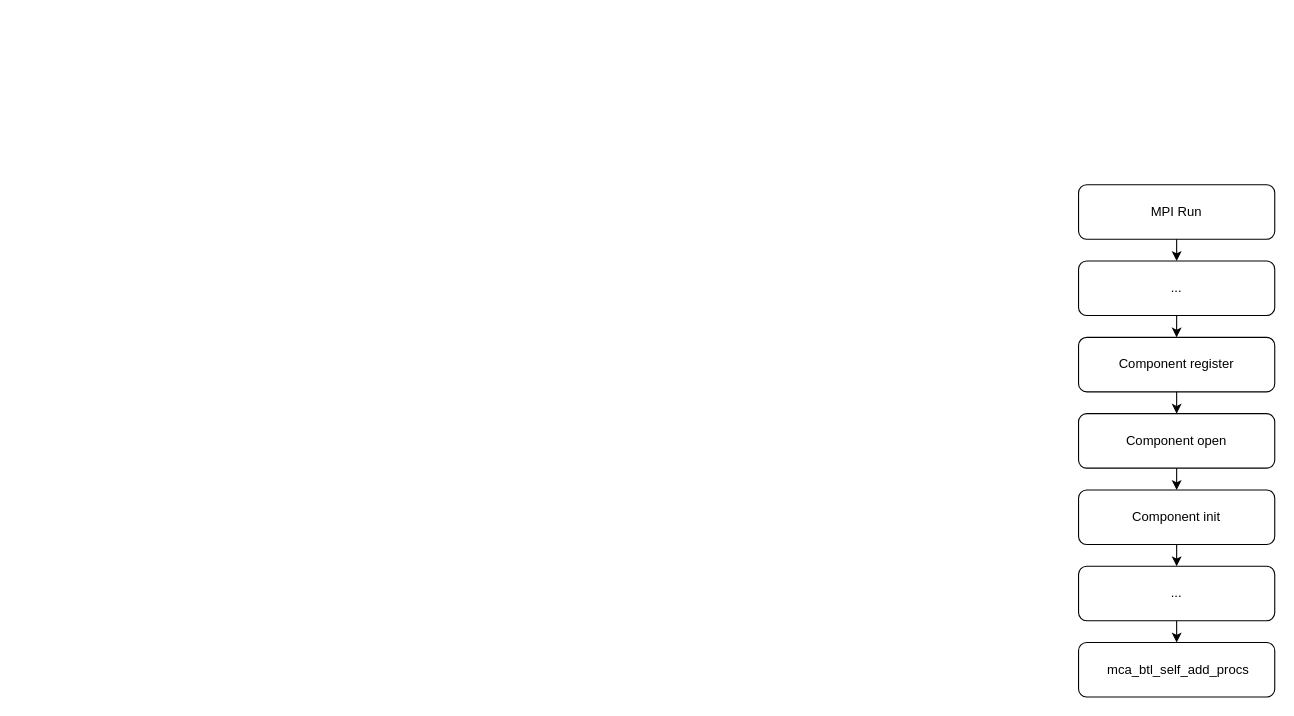
This is ompi/sm-component-flow.drawio from Troyself/img-design-draw-io, a draw.io file, before an edit. Source tidied: cells renumbered, new cells numbered last; positions are measured from the earlier drawing's top-left corner, leaving out a move shared by most shapes. Both pictures are drawn from the tidied source at 109%, with x=0, y=0 at pixel (1078, 184).
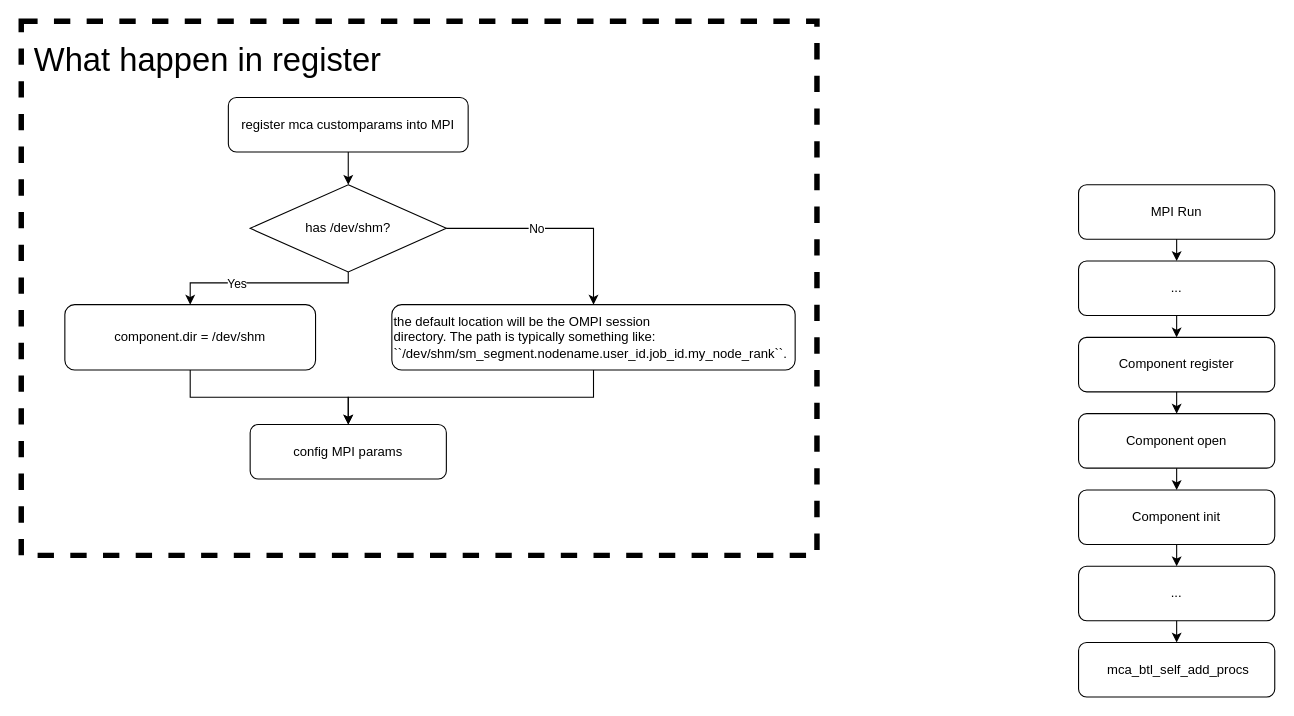
The same diagram, later.

Commit message:
add subthread: what happen in register

Diff of the diagram source:
```diff
@@
+    <mxCell id="15" style="rounded=0;whiteSpace=wrap;html=1;fillColor=none;dashed=1;strokeWidth=5;" parent="1" vertex="1">
+      <mxGeometry x="-970" y="-150" width="730" height="490" as="geometry" />
+    </mxCell>
@@
+    <mxCell id="16" style="edgeStyle=orthogonalEdgeStyle;rounded=0;jettySize=auto;html=1;exitX=0.5;exitY=1;exitDx=0;exitDy=0;entryX=0.5;entryY=0;entryDx=0;entryDy=0;" parent="1" edge="1" source="17" target="22">
+      <mxGeometry relative="1" as="geometry" />
+    </mxCell>
+    <mxCell id="17" value="register mca customparams into MPI" style="rounded=1;whiteSpace=wrap;html=1;fillColor=none;" parent="1" vertex="1">
+      <mxGeometry x="-780" y="-80" width="220" height="50" as="geometry" />
+    </mxCell>
+    <mxCell id="18" style="edgeStyle=orthogonalEdgeStyle;rounded=0;jettySize=auto;html=1;exitX=0.5;exitY=1;exitDx=0;exitDy=0;" parent="1" edge="1" source="22" target="24">
+      <mxGeometry relative="1" as="geometry">
+        <Array as="points">
+          <mxPoint x="-670" y="90" />
+          <mxPoint x="-815" y="90" />
+        </Array>
+      </mxGeometry>
+    </mxCell>
+    <mxCell id="19" value="Yes" style="edgeLabel;html=1;align=center;verticalAlign=middle;" parent="18" vertex="1">
+      <mxGeometry x="0.29" relative="1" as="geometry" />
+    </mxCell>
+    <mxCell id="20" style="edgeStyle=orthogonalEdgeStyle;rounded=0;jettySize=auto;html=1;exitX=1;exitY=0.5;exitDx=0;exitDy=0;entryX=0.5;entryY=0;entryDx=0;entryDy=0;" parent="1" edge="1" source="22" target="26">
+      <mxGeometry relative="1" as="geometry" />
+    </mxCell>
+    <mxCell id="21" value="No" style="edgeLabel;html=1;align=center;verticalAlign=middle;" parent="20" vertex="1">
+      <mxGeometry x="-0.2" relative="1" as="geometry" />
+    </mxCell>
+    <mxCell id="22" value="has /dev/shm?" style="rhombus;whiteSpace=wrap;html=1;" parent="1" vertex="1">
+      <mxGeometry x="-760" width="180" height="80" as="geometry" />
+    </mxCell>
+    <mxCell id="23" style="edgeStyle=orthogonalEdgeStyle;rounded=0;jettySize=auto;html=1;exitX=0.5;exitY=1;exitDx=0;exitDy=0;entryX=0.5;entryY=0;entryDx=0;entryDy=0;" parent="1" edge="1" source="24" target="27">
+      <mxGeometry relative="1" as="geometry" />
+    </mxCell>
+    <mxCell id="24" value="component.dir = /dev/shm" style="rounded=1;whiteSpace=wrap;html=1;fillColor=none;" parent="1" vertex="1">
+      <mxGeometry x="-930" y="110" width="230" height="60" as="geometry" />
+    </mxCell>
+    <mxCell id="25" style="edgeStyle=orthogonalEdgeStyle;rounded=0;jettySize=auto;html=1;exitX=0.5;exitY=1;exitDx=0;exitDy=0;entryX=0.5;entryY=0;entryDx=0;entryDy=0;" parent="1" edge="1" source="26" target="27">
+      <mxGeometry relative="1" as="geometry" />
+    </mxCell>
+    <mxCell id="26" value="&lt;div&gt;&lt;span style=&quot;background-color: transparent; color: light-dark(rgb(0, 0, 0), rgb(255, 255, 255));&quot;&gt;the default location will be the OMPI session&lt;/span&gt;&lt;/div&gt;&lt;div style=&quot;&quot;&gt;directory. The path is typically something like:&lt;/div&gt;&lt;div&gt;``/dev/shm/sm_segment.nodename.user_id.job_id.my_node_rank``.&lt;/div&gt;" style="rounded=1;whiteSpace=wrap;html=1;fillColor=none;align=left;" parent="1" vertex="1">
+      <mxGeometry x="-630" y="110" width="370" height="60" as="geometry" />
+    </mxCell>
+    <mxCell id="27" value="config MPI params" style="rounded=1;whiteSpace=wrap;html=1;fillColor=none;" parent="1" vertex="1">
+      <mxGeometry x="-760" y="220" width="180" height="50" as="geometry" />
+    </mxCell>
+    <mxCell id="28" value="What happen in register" style="text;html=1;align=left;verticalAlign=middle;whiteSpace=wrap;rounded=0;fontSize=30;" parent="1" vertex="1">
+      <mxGeometry x="-960" y="-130" width="390" height="30" as="geometry" />
+    </mxCell>
```
